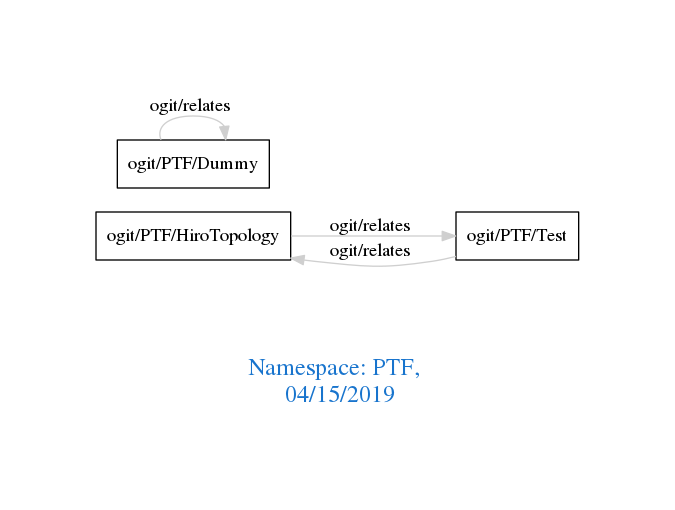
This is downloads/PTF.png from arago/OGIT, a Graphviz export, as it was before one commit. Its source is kept beside it as downloads/PTF.dot. Source of this version:
```dot
digraph OGIT_ontology {
 graph [ rankdir= LR,pad=1
fontsize = 18,
fontcolor= dodgerblue3,label = "\n\n\nNamespace: PTF, \n 04/15/2019"];
node[shape=polygon];
edge [  color="gray81"];

   "ogit/PTF/HiroTopology" -> "ogit/PTF/Test" [label="   ogit/relates    "];
   "ogit/PTF/Test" -> "ogit/PTF/HiroTopology" [label="   ogit/relates    "];
   "ogit/PTF/Dummy" -> "ogit/PTF/Dummy" [label="   ogit/relates    "];
}
```
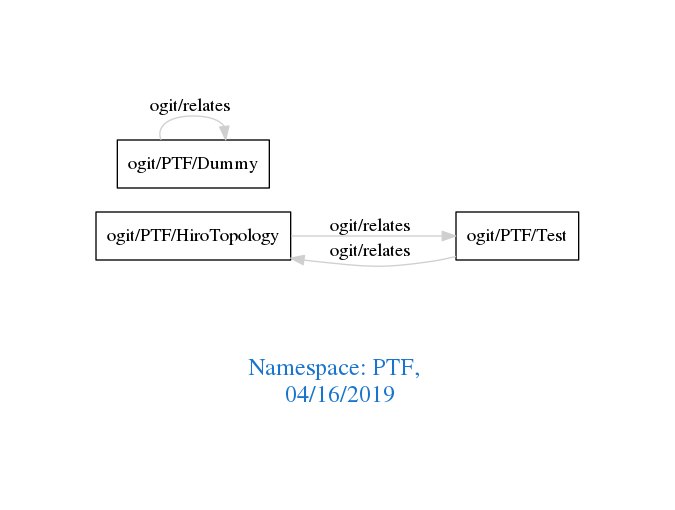
After the commit.

Change to the diagram source:
```diff
@@ -1,7 +1,7 @@
 digraph OGIT_ontology {
  graph [ rankdir= LR,pad=1
 fontsize = 18,
-fontcolor= dodgerblue3,label = "\n\n\nNamespace: PTF, \n 04/15/2019"];
+fontcolor= dodgerblue3,label = "\n\n\nNamespace: PTF, \n 04/16/2019"];
 node[shape=polygon];
 edge [  color="gray81"];
 
```
